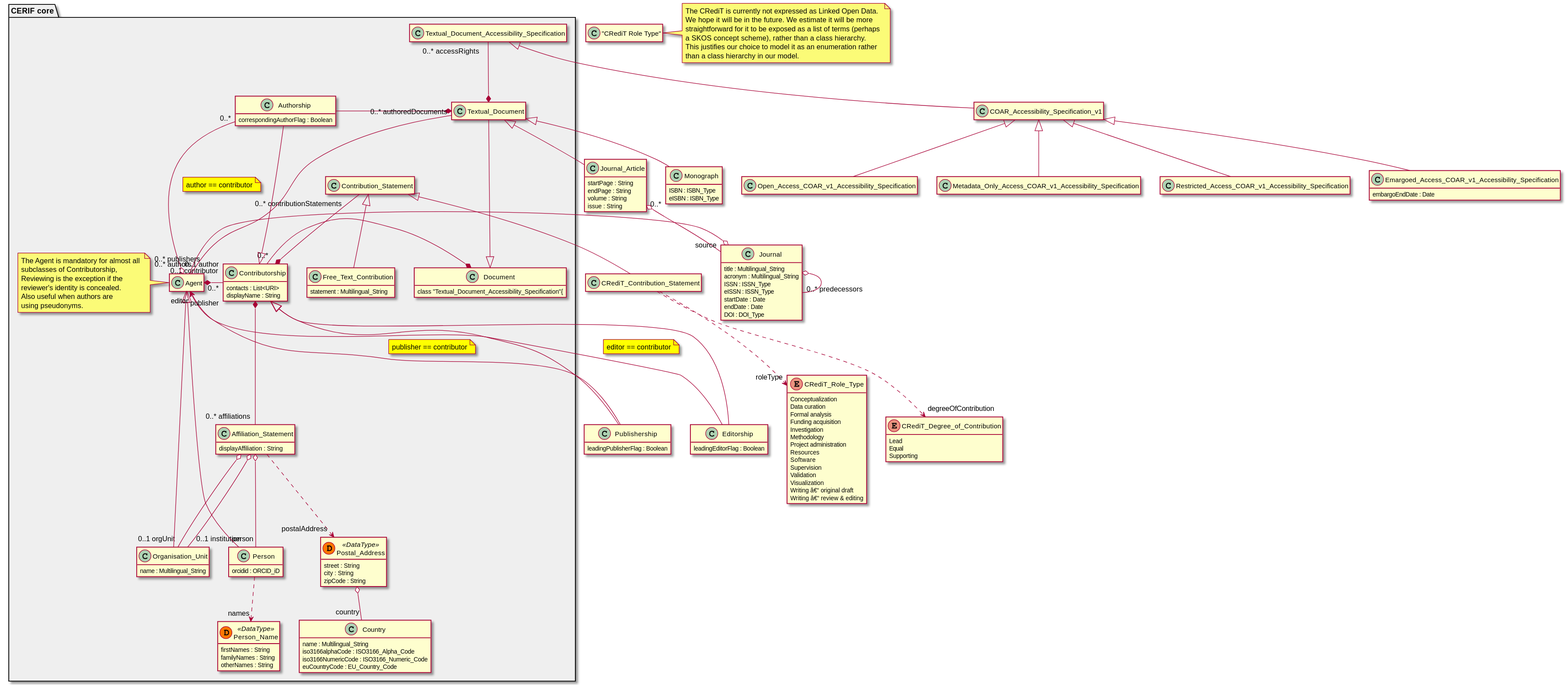
The PlantUML diagram diagrams/module.svg in EuroCRIS/CERIF-ScholarlyPublicationsModule, before a commit.
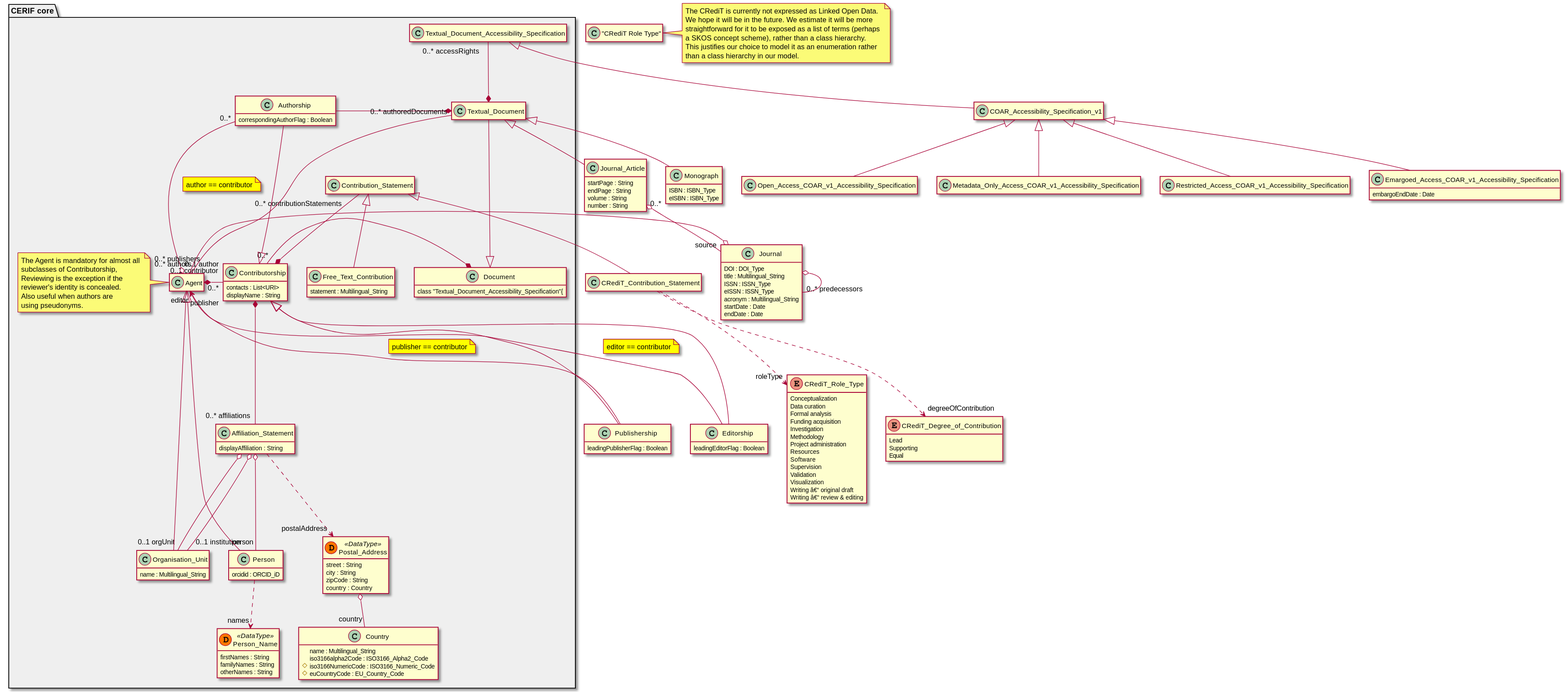
Later version of the same file.

Diff of the diagram source:
```diff
@@ -21,19 +21,20 @@
 
     !startsub Journal
     class "Journal"{
+        DOI : DOI_Type
         title : Multilingual_String
-        acronym : Multilingual_String
         ISSN : ISSN_Type
         eISSN : ISSN_Type
+        acronym : Multilingual_String
         startDate : Date
         endDate : Date
-        DOI : DOI_Type
     }
+
     class "Journal_Article"{
         startPage : String
         endPage : String
         volume : String
-        issue : String
+        number : String
     }
     !endsub
 
@@ -52,8 +53,8 @@
     }
     enum "CRediT_Degree_of_Contribution"{
         Lead
+        Supporting
         Equal
-        Supporting
     }
     enum "CRediT_Role_Type"{
         Conceptualization
```
